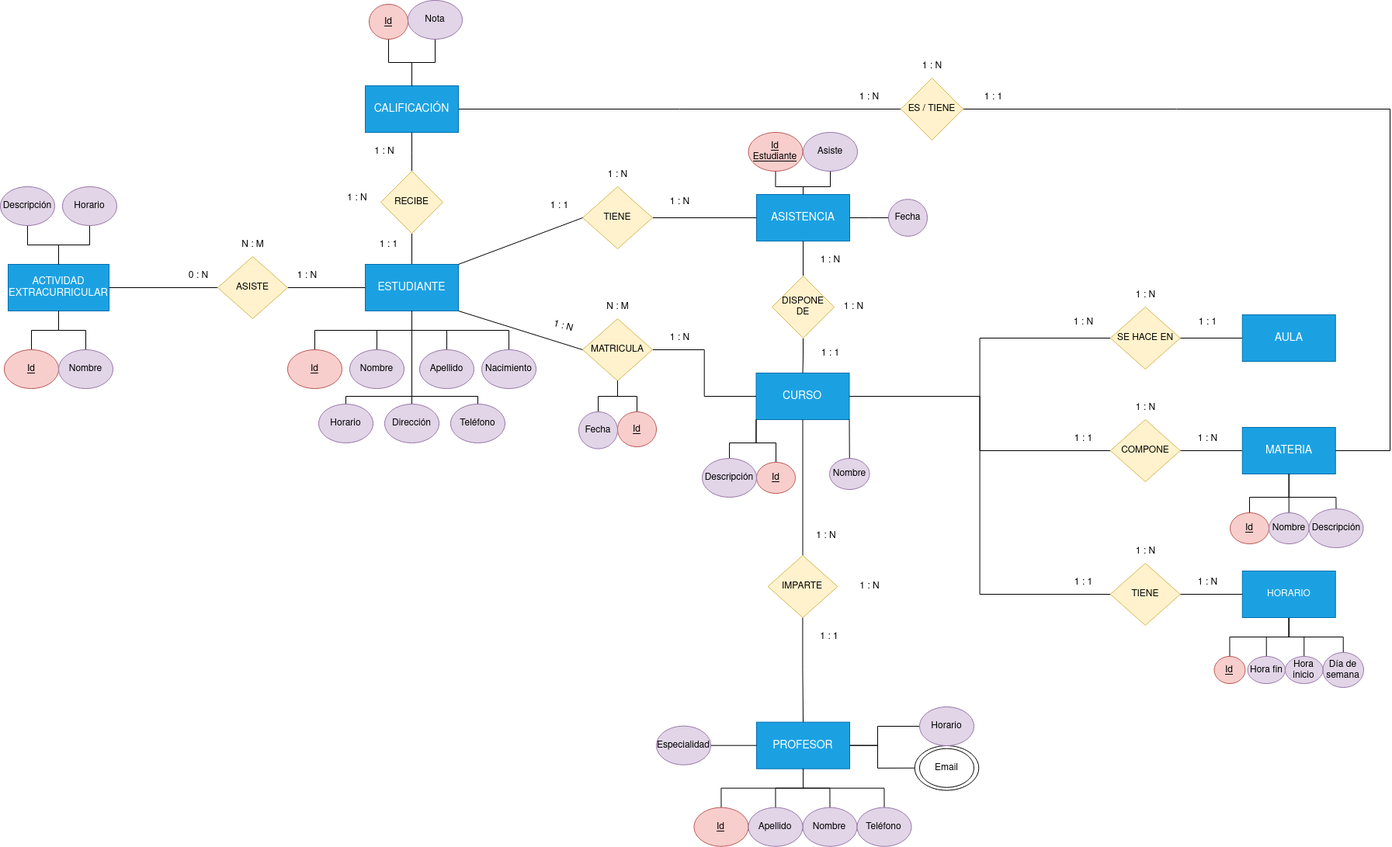
The draw.io diagram Unidad-2/Tareas-entregables/Entregable-1/images/Diagrama-entregable-1.png in IsaiasTolP/Base-Datos, before a commit. Source tidied: cells renumbered, new cells last; positions are measured from the earlier drawing's top-left corner, leaving out a move shared by most shapes.
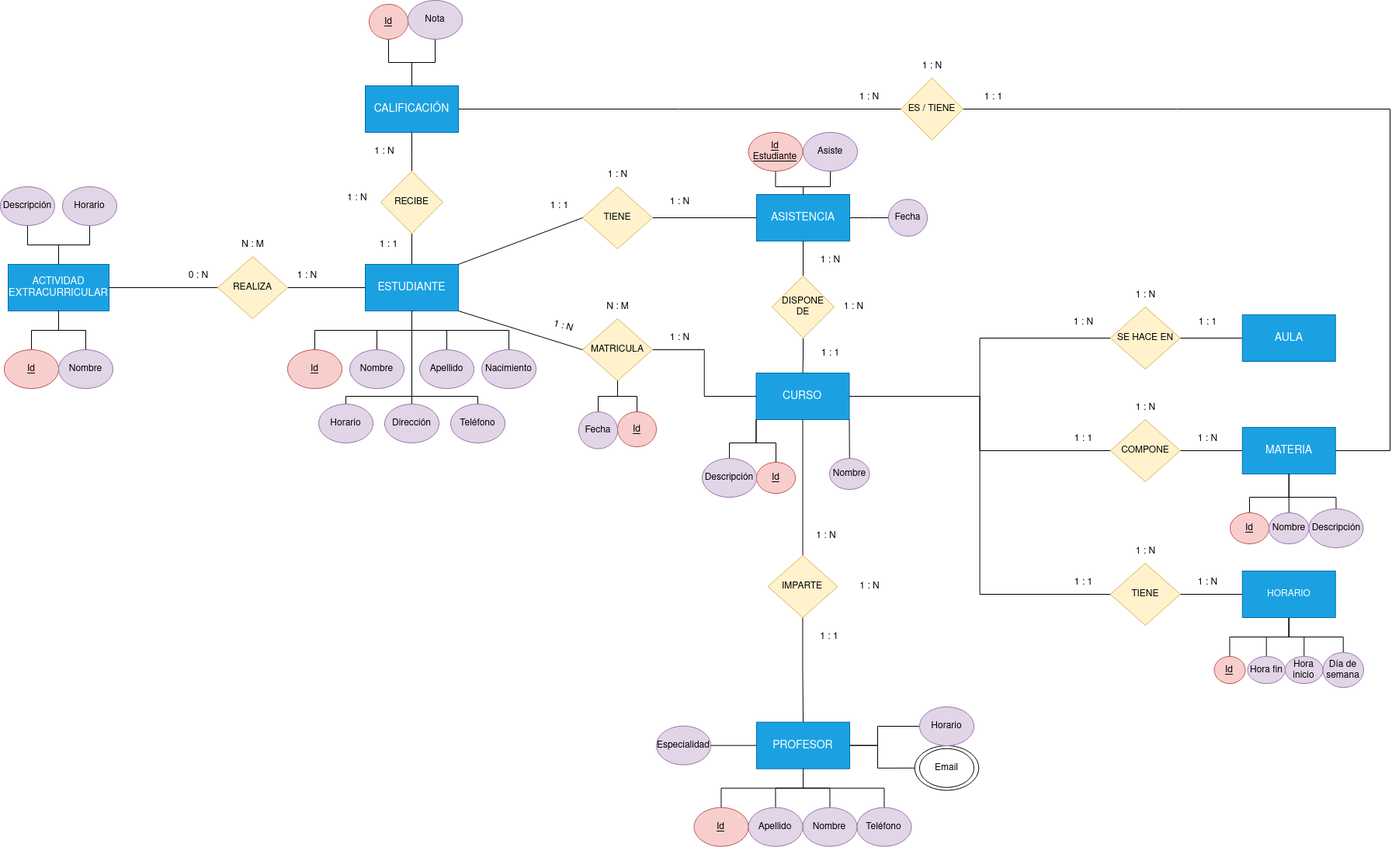
After the change.

What changed in the source:
```diff
@@ -64,7 +64,7 @@
     <mxCell id="20" style="edgeStyle=orthogonalEdgeStyle;rounded=0;jettySize=auto;html=1;endArrow=none;endFill=0;" parent="1" edge="1" source="21" target="16">
       <mxGeometry relative="1" as="geometry" />
     </mxCell>
-    <mxCell id="21" value="ASISTE" style="rhombus;whiteSpace=wrap;html=1;fillColor=#fff2cc;strokeColor=#d6b656;" parent="1" vertex="1">
+    <mxCell id="21" value="REALIZA" style="rhombus;whiteSpace=wrap;html=1;fillColor=#fff2cc;strokeColor=#d6b656;" parent="1" vertex="1">
       <mxGeometry x="280" y="330" width="90" height="80" as="geometry" />
     </mxCell>
     <mxCell id="22" style="edgeStyle=orthogonalEdgeStyle;rounded=0;jettySize=auto;html=1;exitX=1;exitY=0.5;exitDx=0;exitDy=0;entryX=1;entryY=0.5;entryDx=0;entryDy=0;endArrow=none;endFill=0;" parent="1" edge="1" source="23" target="10">
```
